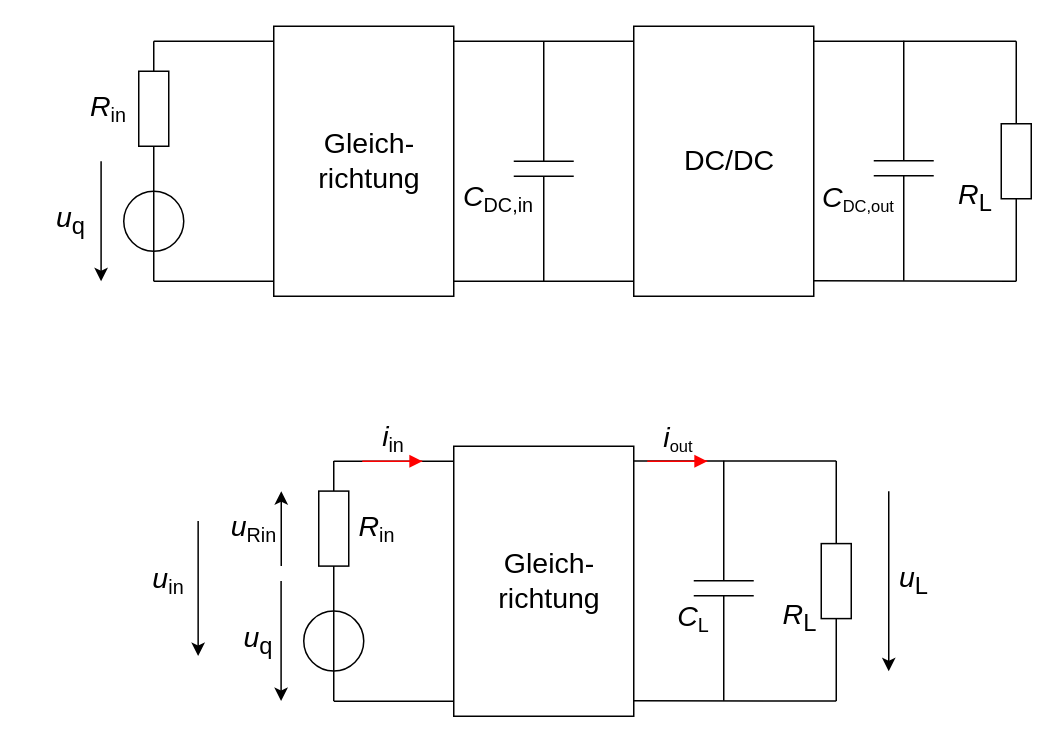
Before: page "Seite-4" (4 of 5) of forschungspraktikum.drawio in reinlten/TPA_Kolb, a draw.io diagram. Source tidied: cells renumbered, new cells numbered last; positions are measured from the earlier drawing's top-left corner, leaving out a move shared by most shapes. Both pictures are drawn from the tidied source at 150%, with x=0, y=0 at pixel (26, 26).
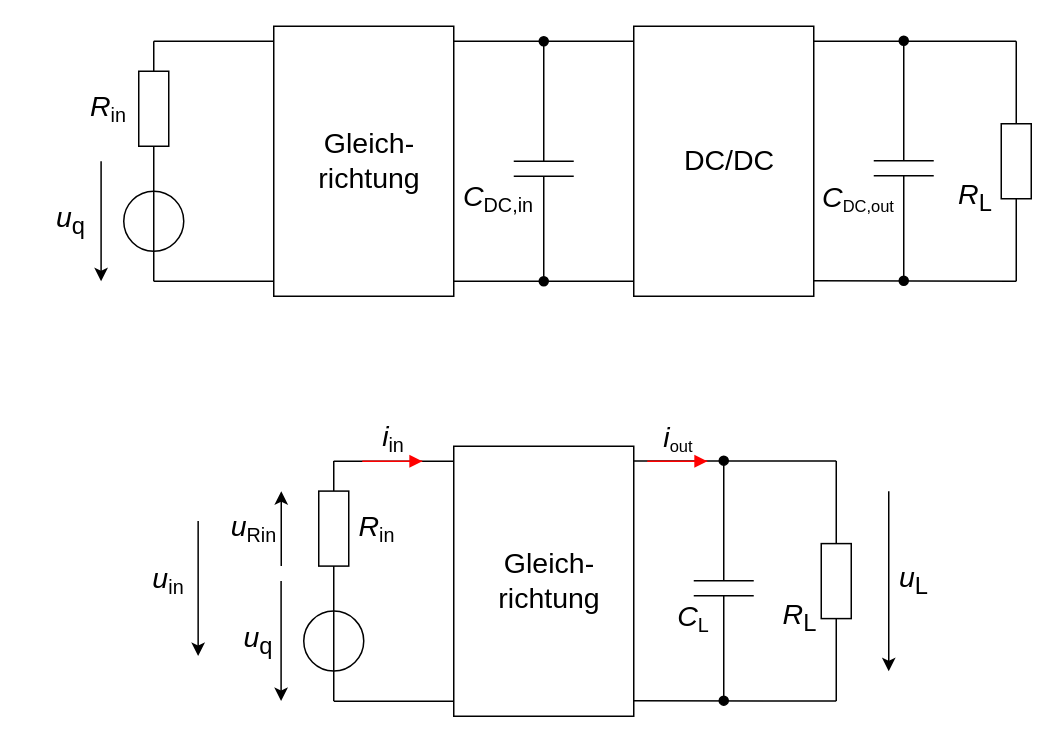
Above is the later version.

Change to the diagram source:
```diff
@@
-    <mxCell id="19" style="endArrow=none;html=1;rounded=0;" parent="1" edge="1">
+    <mxCell id="19" style="endArrow=none;html=1;rounded=0;startArrow=oval;startFill=1;" parent="1" edge="1">
       <mxGeometry relative="1" as="geometry">
         <mxPoint x="345" y="10" as="sourcePoint" />
         <mxPoint x="345" y="90" as="targetPoint" />
       </mxGeometry>
     </mxCell>
-    <mxCell id="20" style="endArrow=none;html=1;rounded=0;" parent="1" edge="1">
+    <mxCell id="20" style="endArrow=oval;html=1;rounded=0;endFill=1;" parent="1" edge="1">
       <mxGeometry relative="1" as="geometry">
         <mxPoint x="345" y="100" as="sourcePoint" />
         <mxPoint x="345" y="170" as="targetPoint" />
       </mxGeometry>
     </mxCell>
@@
-    <mxCell id="26" style="endArrow=none;html=1;rounded=0;" parent="1" edge="1">
+    <mxCell id="26" style="endArrow=none;html=1;rounded=0;startArrow=oval;startFill=1;" parent="1" edge="1">
       <mxGeometry relative="1" as="geometry">
         <mxPoint x="585" y="9.7" as="sourcePoint" />
         <mxPoint x="585" y="89.7" as="targetPoint" />
       </mxGeometry>
     </mxCell>
-    <mxCell id="27" style="endArrow=none;html=1;rounded=0;" parent="1" edge="1">
+    <mxCell id="27" style="endArrow=oval;html=1;rounded=0;endFill=1;" parent="1" edge="1">
       <mxGeometry relative="1" as="geometry">
         <mxPoint x="585" y="99.7" as="sourcePoint" />
         <mxPoint x="585" y="169.7" as="targetPoint" />
       </mxGeometry>
     </mxCell>
@@
-    <mxCell id="40" style="endArrow=none;html=1;rounded=0;" parent="1" edge="1">
+    <mxCell id="40" style="endArrow=none;html=1;rounded=0;startArrow=oval;startFill=1;" parent="1" edge="1">
       <mxGeometry relative="1" as="geometry">
         <mxPoint x="465" y="289.6" as="sourcePoint" />
         <mxPoint x="465" y="369.6" as="targetPoint" />
       </mxGeometry>
     </mxCell>
-    <mxCell id="41" style="endArrow=none;html=1;rounded=0;" parent="1" edge="1">
+    <mxCell id="41" style="endArrow=oval;html=1;rounded=0;endFill=1;" parent="1" edge="1">
       <mxGeometry relative="1" as="geometry">
         <mxPoint x="465" y="379.6" as="sourcePoint" />
         <mxPoint x="465" y="449.6" as="targetPoint" />
       </mxGeometry>
     </mxCell>
```
